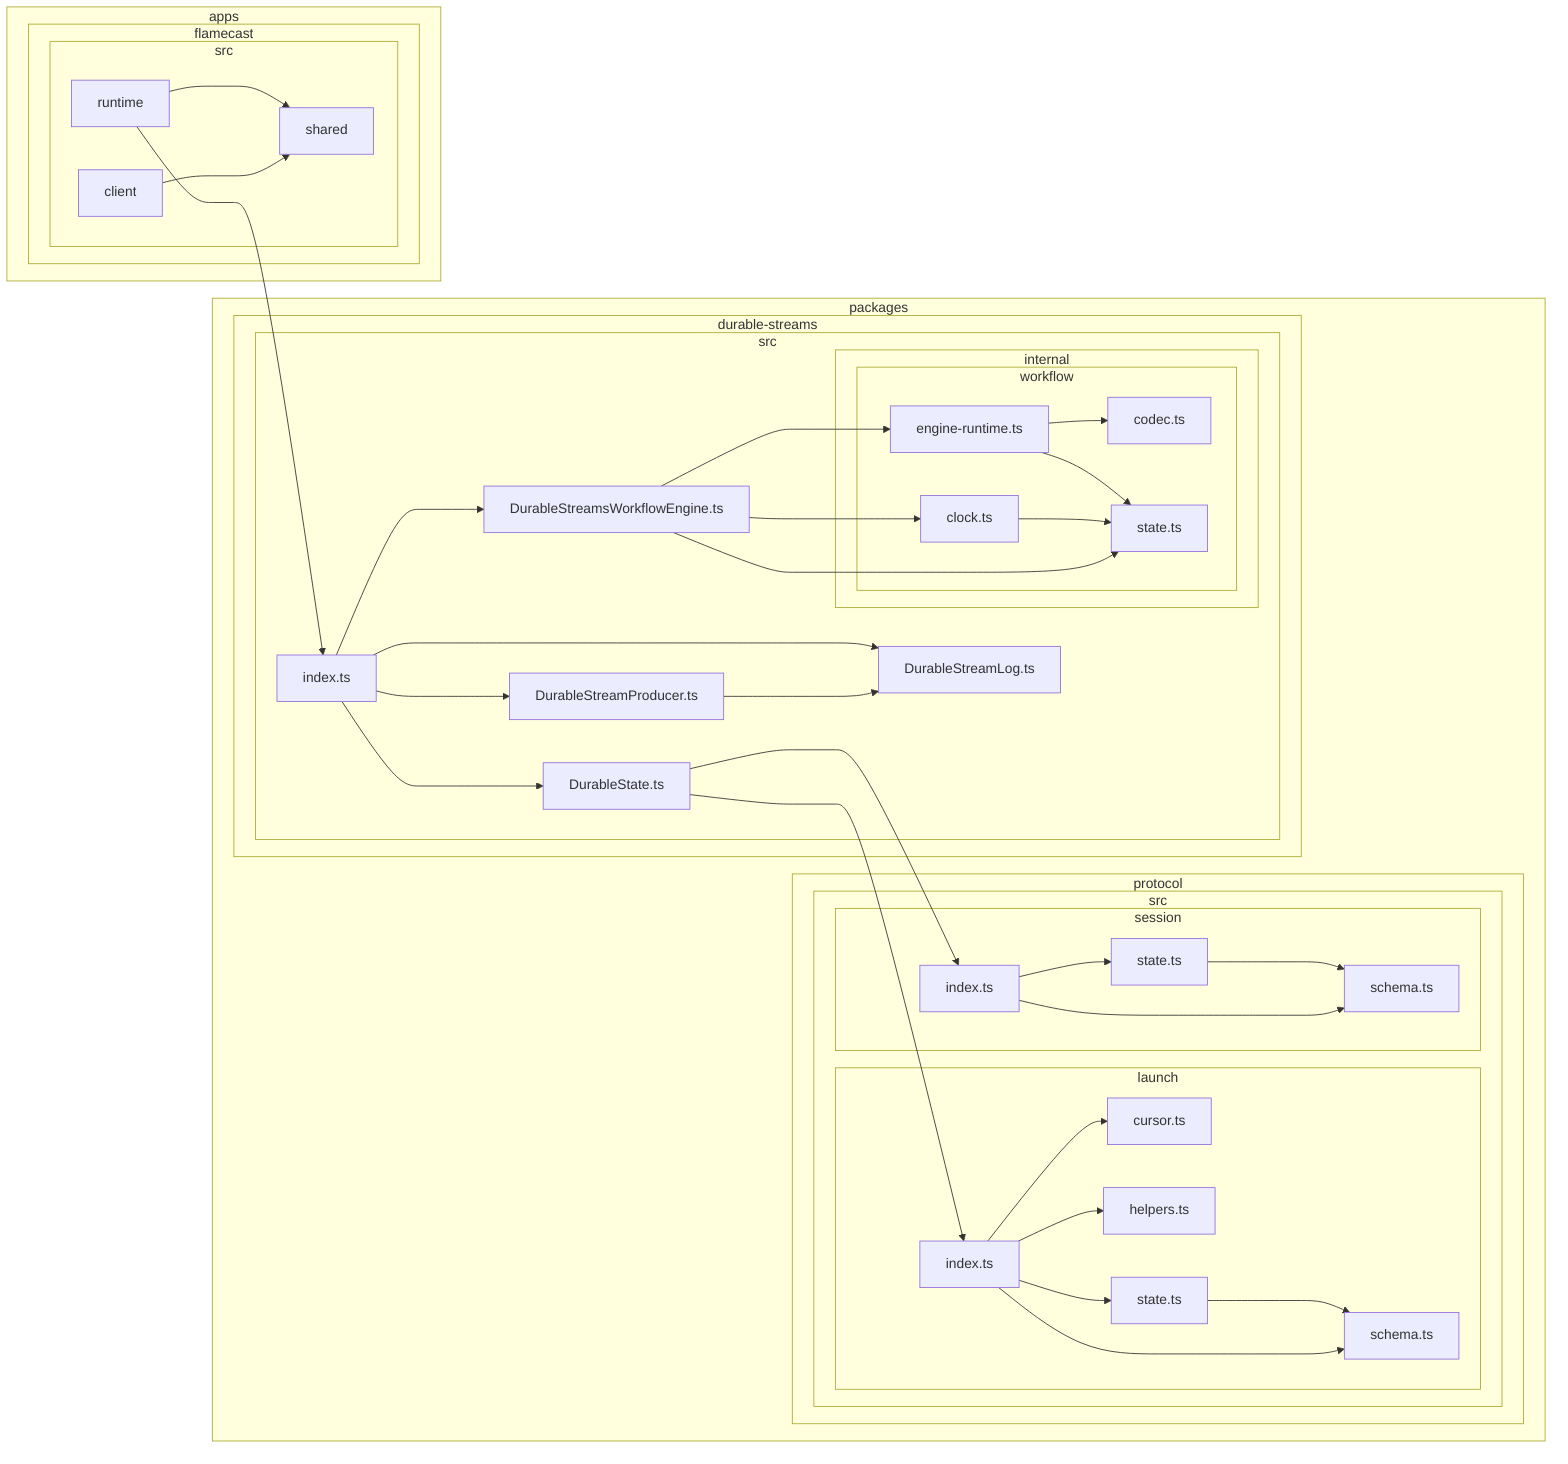
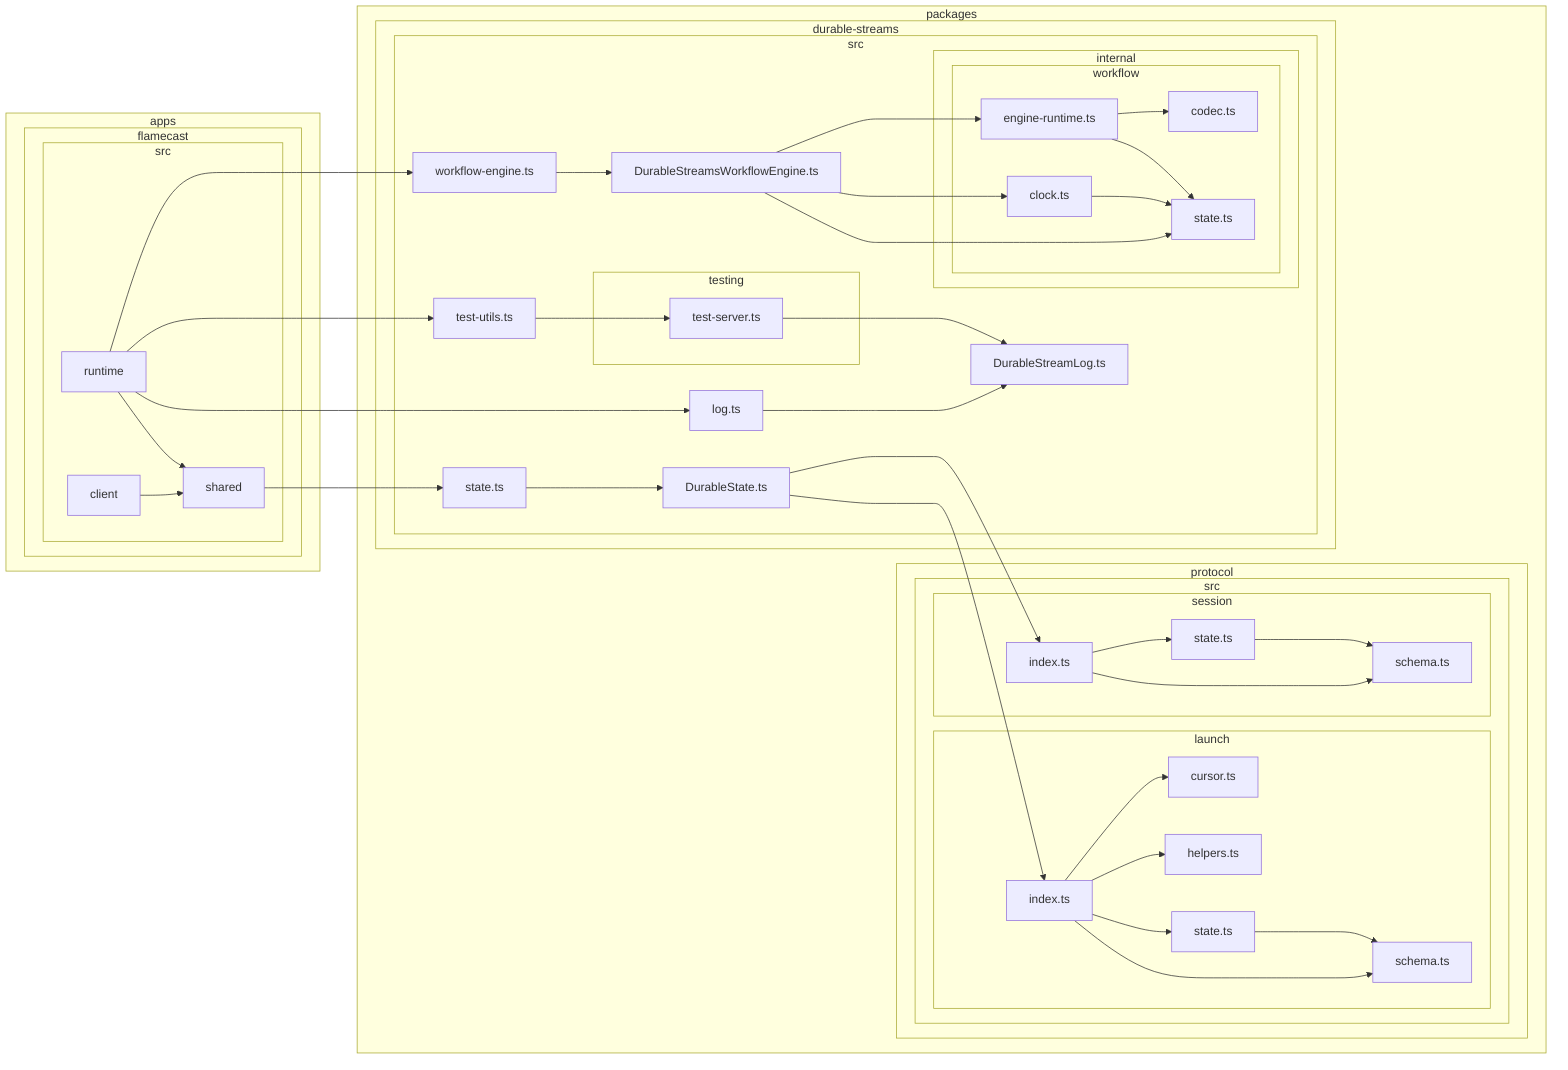
flowchart LR

subgraph 0["apps"]
subgraph 1["flamecast"]
subgraph 2["src"]
3["client"]
4["runtime"]
5["shared"]
end
end
end
subgraph 6["packages"]
subgraph 7["durable-streams"]
subgraph 8["src"]
9["DurableState.ts"]
A["DurableStreamLog.ts"]
- B["DurableStreamProducer.ts"]
- C["DurableStreamsWorkflowEngine.ts"]
- D["index.ts"]
- subgraph E["internal"]
- subgraph F["workflow"]
- G["clock.ts"]
- H["codec.ts"]
- I["engine-runtime.ts"]
- J["state.ts"]
+ B["DurableStreamsWorkflowEngine.ts"]
+ subgraph C["internal"]
+ subgraph D["workflow"]
+ E["clock.ts"]
+ F["codec.ts"]
+ G["engine-runtime.ts"]
+ H["state.ts"]
end
end
+ I["log.ts"]
+ J["state.ts"]
+ K["test-utils.ts"]
+ subgraph L["testing"]
+ M["test-server.ts"]
+ end
+ N["workflow-engine.ts"]
end
end
- subgraph K["protocol"]
- subgraph L["src"]
- subgraph M["launch"]
- N["cursor.ts"]
- O["helpers.ts"]
- P["index.ts"]
- Q["schema.ts"]
- R["state.ts"]
- end
- subgraph S["session"]
+ subgraph O["protocol"]
+ subgraph P["src"]
+ subgraph Q["launch"]
+ R["cursor.ts"]
+ S["helpers.ts"]
T["index.ts"]
U["schema.ts"]
V["state.ts"]
+ end
+ subgraph W["session"]
+ X["index.ts"]
+ Y["schema.ts"]
+ Z["state.ts"]
end
end
end
end
3-->5
4-->5
- 4-->D
- 9-->P
+ 4-->N
+ 4-->I
+ 4-->K
+ 5-->J
9-->T
- B-->A
- C-->G
- C-->I
- C-->J
- D-->9
- D-->A
- D-->B
- D-->C
- G-->J
- I-->H
- I-->J
- P-->N
- P-->O
- P-->Q
- P-->R
- R-->Q
+ 9-->X
+ B-->E
+ B-->G
+ B-->H
+ E-->H
+ G-->F
+ G-->H
+ I-->A
+ J-->9
+ K-->M
+ M-->A
+ N-->B
+ T-->R
+ T-->S
T-->U
T-->V
V-->U
+ X-->Y
+ X-->Z
+ Z-->Y
